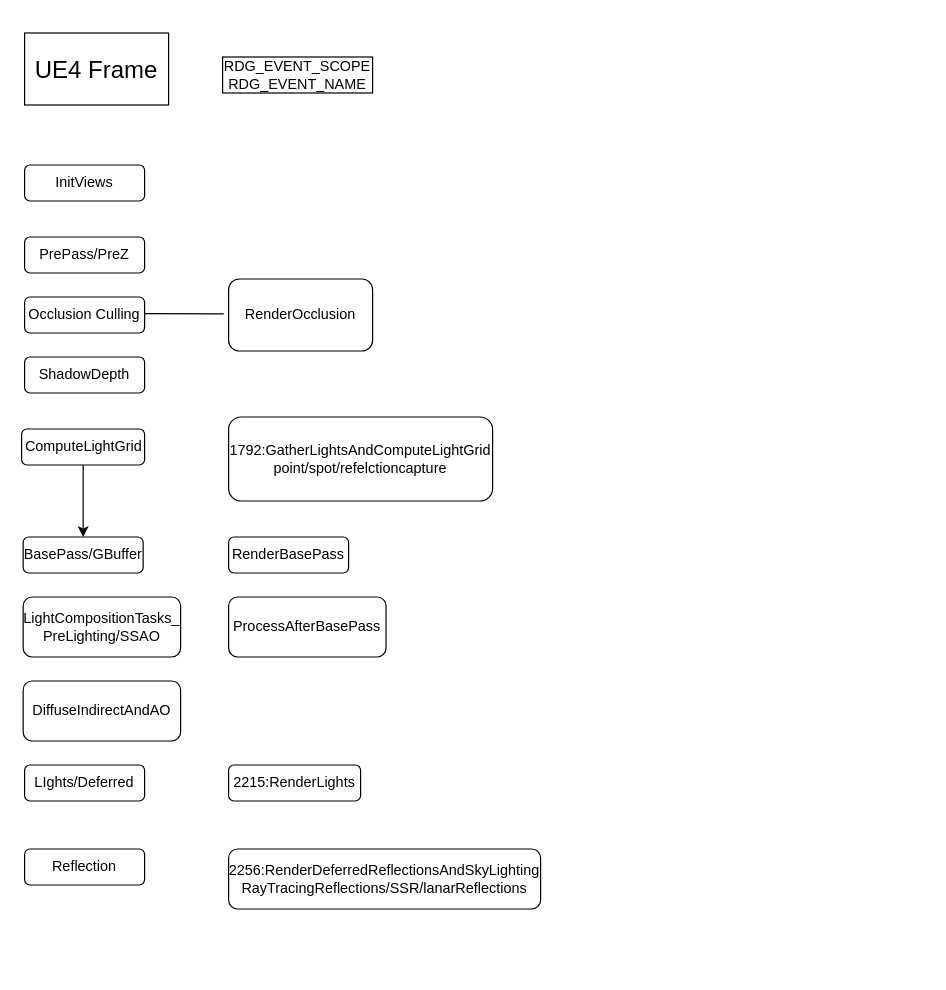
Above: UE4Gram.drawio in cedarz/UE4Gram (draw.io), before the change. Source tidied: cells renumbered, new cells numbered last; positions are measured from the earlier drawing's top-left corner, leaving out a move shared by most shapes. Both pictures are drawn from the tidied source at 120%, with x=0, y=0 at pixel (22, 32).
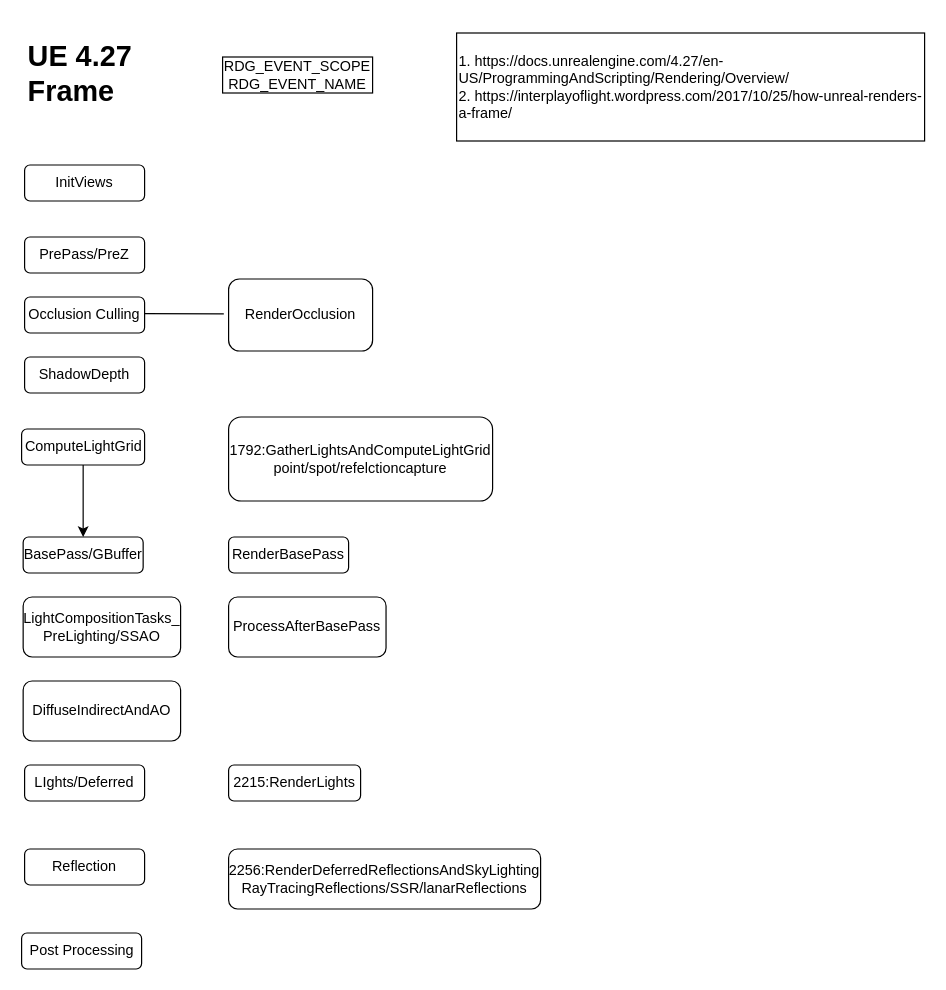
The same page after the edit.

What changed in the source:
```diff
@@
-    <mxCell id="2" value="&lt;font style=&quot;font-size: 20px;&quot;&gt;UE4 Frame&lt;/font&gt;" style="rounded=0;whiteSpace=wrap;html=1;" parent="1" vertex="1">
-      <mxGeometry x="2" width="120" height="60" as="geometry" />
-    </mxCell>
@@
+    <mxCell id="22" value="Post Processing" style="rounded=1;whiteSpace=wrap;html=1;" parent="1" vertex="1">
+      <mxGeometry x="-0.5" y="750" width="100" height="30" as="geometry" />
+    </mxCell>
+    <mxCell id="23" value="1.&amp;nbsp;https://docs.unrealengine.com/4.27/en-US/ProgrammingAndScripting/Rendering/Overview/&lt;br&gt;2.&amp;nbsp;https://interplayoflight.wordpress.com/2017/10/25/how-unreal-renders-a-frame/" style="rounded=0;whiteSpace=wrap;html=1;align=left;" parent="1" vertex="1">
+      <mxGeometry x="362" width="390" height="90" as="geometry" />
+    </mxCell>
+    <mxCell id="24" value="&lt;h1&gt;&lt;span style=&quot;background-color: initial;&quot;&gt;UE 4.27 Frame&lt;/span&gt;&lt;/h1&gt;" style="text;html=1;strokeColor=none;fillColor=none;spacing=5;spacingTop=-20;whiteSpace=wrap;overflow=hidden;rounded=0;" parent="1" vertex="1">
+      <mxGeometry x="-0.5" width="108.1" height="70" as="geometry" />
+    </mxCell>
```
